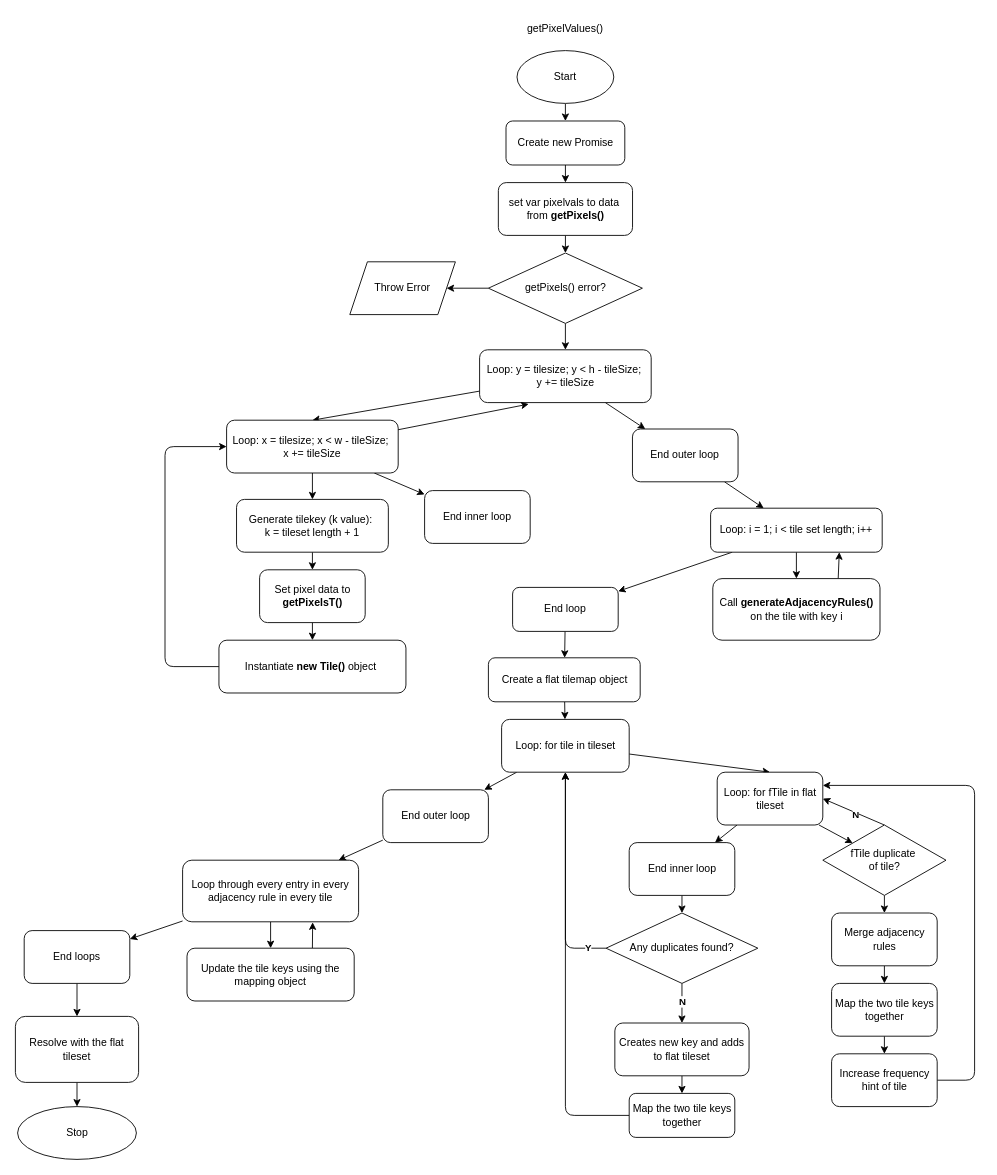
The draw.io diagram diagrams/wfc/tiles/tilegenflowchart.drawio in notminuterice/wfc, before the edit. Source tidied: cells renumbered, new cells numbered last; positions are measured from the earlier drawing's top-left corner, leaving out a move shared by most shapes. Both pictures are drawn from the tidied source at 88%, with x=0, y=0 at pixel (15, 15).
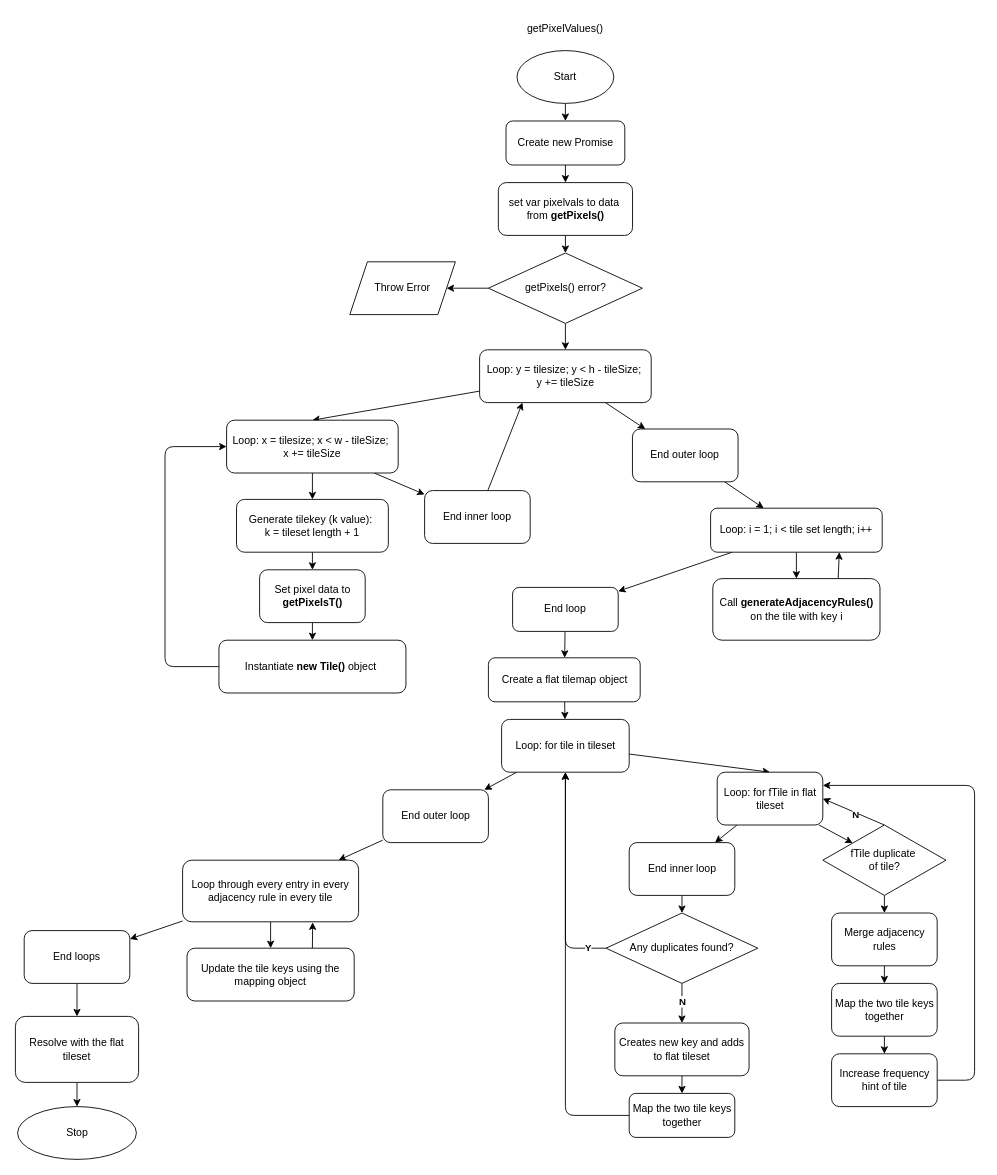
Above is the later version.

The change refers to these unchanged cells:
```xml
<mxCell id="15" value="Loop: y = tilesize; y &amp;lt; h - tileSize;&amp;nbsp;&lt;div&gt;y += tileSize&lt;/div&gt;" style="rounded=1;whiteSpace=wrap;html=1;" parent="1" vertex="1">
  <mxGeometry x="527.5" y="380" width="195" height="60" as="geometry" />
</mxCell>
<mxCell id="18" value="Loop: x = tilesize; x &amp;lt; w - tileSize;&amp;nbsp;&lt;div&gt;x += tileSize&lt;/div&gt;" style="rounded=1;whiteSpace=wrap;html=1;" parent="1" vertex="1">
  <mxGeometry x="240" y="460" width="195" height="60" as="geometry" />
</mxCell>
<mxCell id="25" value="End inner loop" style="whiteSpace=wrap;html=1;rounded=1;" parent="1" vertex="1">
  <mxGeometry x="465" y="540" width="120" height="60" as="geometry" />
</mxCell>
```

The edit, as a diff of the source:
```diff
@@
+    <mxCell id="77" style="edgeStyle=none;html=1;entryX=0.25;entryY=1;entryDx=0;entryDy=0;" parent="1" edge="1" source="25" target="15">
+      <mxGeometry relative="1" as="geometry" />
+    </mxCell>
@@
-    <mxCell id="42" style="edgeStyle=none;html=1;entryX=0.286;entryY=1.028;entryDx=0;entryDy=0;entryPerimeter=0;" parent="1" edge="1" source="18" target="15">
-      <mxGeometry relative="1" as="geometry" />
-    </mxCell>
```
